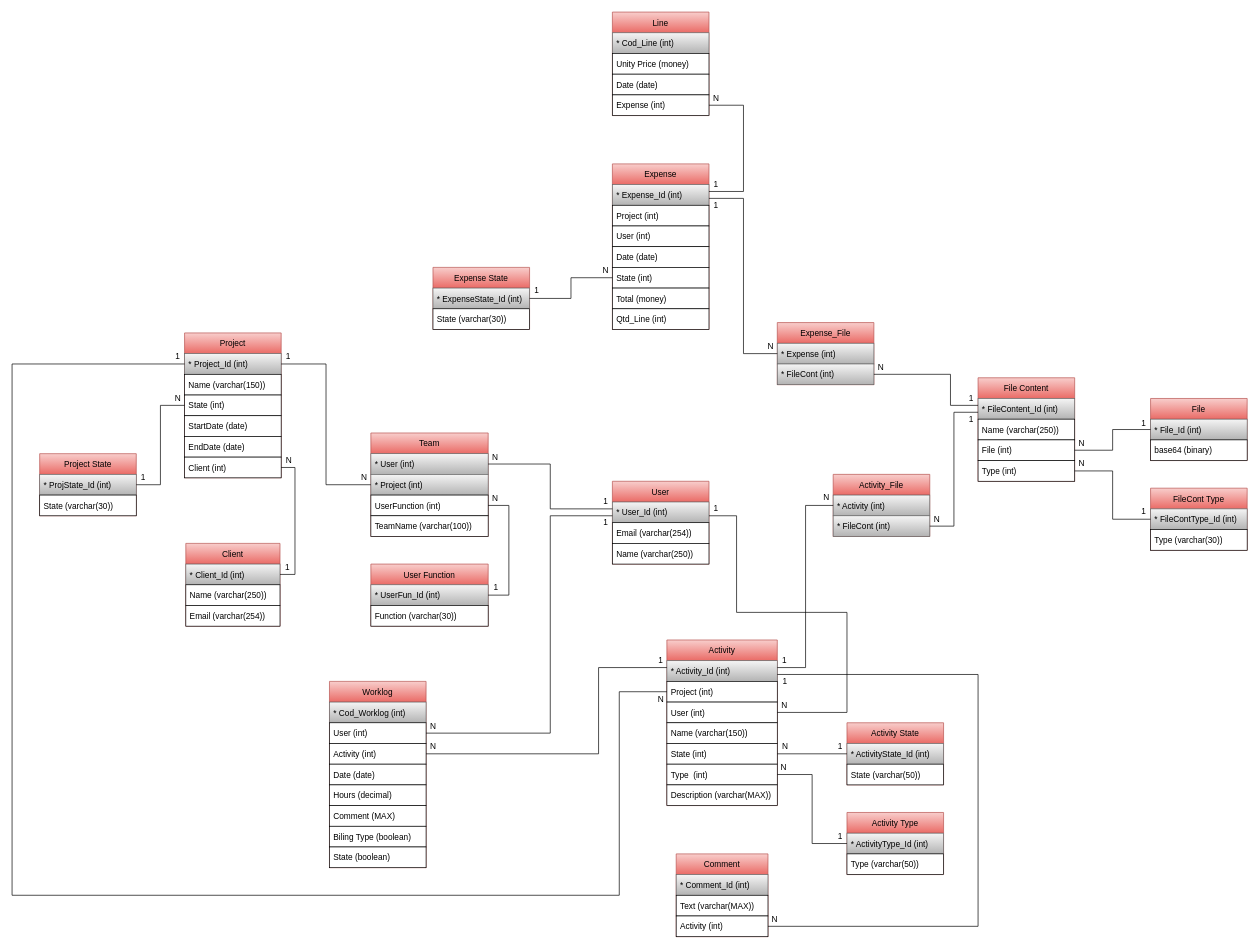
Earlier version of the draw.io diagram Relatório/Timesheet DB.drawio (rjcasaca/inete2022). Source tidied: cells renumbered, new cells numbered last; positions are measured from the earlier drawing's top-left corner, leaving out a move shared by most shapes. Both pictures are drawn from the tidied source at 69%, with x=0, y=0 at pixel (12, 12).
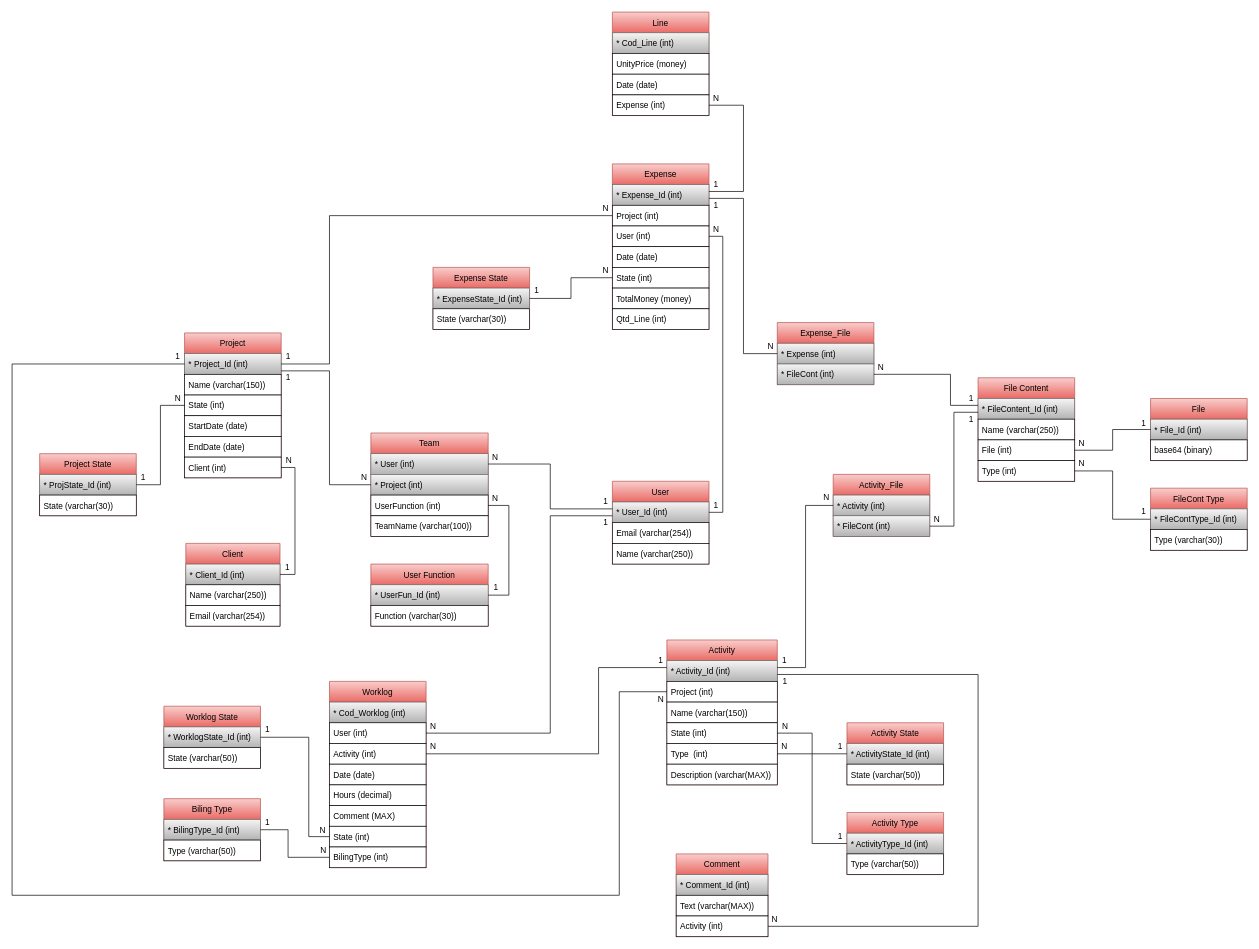
The same diagram, later.

Unchanged cells that the change refers to:
```xml
<mxCell id="3" value="* User_Id (int)" style="text;strokeColor=#666666;fillColor=#f5f5f5;align=left;verticalAlign=middle;spacingLeft=4;spacingRight=4;overflow=hidden;points=[[0,0.5],[1,0.5]];portConstraint=eastwest;gradientColor=#b3b3b3;" parent="2" vertex="1">
  <mxGeometry y="30" width="140" height="30" as="geometry" />
</mxCell>
<mxCell id="8" value="* Project (int)" style="text;strokeColor=#666666;fillColor=#f5f5f5;align=left;verticalAlign=middle;spacingLeft=4;spacingRight=4;overflow=hidden;points=[[0,0.5],[1,0.5]];portConstraint=eastwest;gradientColor=#b3b3b3;" parent="6" vertex="1">
  <mxGeometry y="60" width="170" height="30" as="geometry" />
</mxCell>
<mxCell id="12" value="* Project_Id (int)" style="text;strokeColor=#666666;fillColor=#f5f5f5;align=left;verticalAlign=middle;spacingLeft=4;spacingRight=4;overflow=hidden;points=[[0,0.5],[1,0.5]];portConstraint=eastwest;gradientColor=#b3b3b3;" parent="11" vertex="1">
  <mxGeometry y="30" width="140" height="30" as="geometry" />
</mxCell>
<mxCell id="39" value="Expense" style="swimlane;fontStyle=0;horizontal=1;startSize=30;strokeColor=#b85450;fillColor=#f8cecc;gradientColor=#ea6b66;" parent="1" vertex="1">
  <mxGeometry x="870" y="220" width="140" height="240" as="geometry" />
</mxCell>
<mxCell id="41" value="Project (int)" style="text;strokeColor=default;fillColor=default;align=left;verticalAlign=middle;spacingLeft=4;spacingRight=4;overflow=hidden;points=[[0,0.5],[1,0.5]];portConstraint=eastwest;" parent="39" vertex="1">
  <mxGeometry y="60" width="140" height="30" as="geometry" />
</mxCell>
<mxCell id="42" value="User (int)" style="text;strokeColor=default;fillColor=default;align=left;verticalAlign=middle;spacingLeft=4;spacingRight=4;overflow=hidden;points=[[0,0.5],[1,0.5]];portConstraint=eastwest;" parent="39" vertex="1">
  <mxGeometry y="90" width="140" height="30" as="geometry" />
</mxCell>
<mxCell id="56" value="Line" style="swimlane;fontStyle=0;horizontal=1;startSize=30;strokeColor=#b85450;fillColor=#f8cecc;gradientColor=#ea6b66;" parent="1" vertex="1">
  <mxGeometry x="870" width="140" height="150" as="geometry" />
</mxCell>
<mxCell id="69" value="Worklog" style="swimlane;fontStyle=0;horizontal=1;startSize=30;fillColor=#f8cecc;strokeColor=#b85450;gradientColor=#ea6b66;swimlaneFillColor=none;" parent="1" vertex="1">
  <mxGeometry x="460" y="970" width="140" height="270" as="geometry" />
</mxCell>
```

The edit, as a diff of the source:
```diff
@@
-    <mxCell id="45" value="Total (money)" style="text;strokeColor=default;fillColor=default;align=left;verticalAlign=middle;spacingLeft=4;spacingRight=4;overflow=hidden;" parent="39" vertex="1">
+    <mxCell id="45" value="TotalMoney (money)" style="text;strokeColor=default;fillColor=default;align=left;verticalAlign=middle;spacingLeft=4;spacingRight=4;overflow=hidden;" parent="39" vertex="1">
       <mxGeometry y="180" width="140" height="30" as="geometry" />
     </mxCell>
@@
-    <mxCell id="58" value="Unity Price (money)" style="text;align=left;verticalAlign=middle;spacingLeft=4;spacingRight=4;overflow=hidden;strokeColor=default;fillColor=default;" parent="56" vertex="1">
+    <mxCell id="58" value="UnityPrice (money)" style="text;align=left;verticalAlign=middle;spacingLeft=4;spacingRight=4;overflow=hidden;strokeColor=default;fillColor=default;" parent="56" vertex="1">
       <mxGeometry y="60" width="140" height="30" as="geometry" />
     </mxCell>
@@
     <mxCell id="61" value="Activity" style="swimlane;fontStyle=0;horizontal=1;startSize=30;fillColor=#f8cecc;strokeColor=#b85450;gradientColor=#ea6b66;" parent="1" vertex="1">
-      <mxGeometry x="949" y="910" width="160" height="240" as="geometry" />
+      <mxGeometry x="949" y="910" width="160" height="210" as="geometry" />
     </mxCell>
@@
-    <mxCell id="64" value="User (int)" style="text;strokeColor=default;fillColor=default;align=left;verticalAlign=middle;spacingLeft=4;spacingRight=4;overflow=hidden;points=[[0,0.5],[1,0.5]];portConstraint=eastwest;" parent="61" vertex="1">
-      <mxGeometry y="90" width="160" height="30" as="geometry" />
-    </mxCell>
     <mxCell id="65" value="Name (varchar(150))" style="text;align=left;verticalAlign=middle;spacingLeft=4;spacingRight=4;overflow=hidden;fillColor=default;strokeColor=default;" parent="61" vertex="1">
-      <mxGeometry y="120" width="160" height="30" as="geometry" />
+      <mxGeometry y="90" width="160" height="30" as="geometry" />
     </mxCell>
     <mxCell id="66" value="State (int)" style="text;strokeColor=default;fillColor=default;align=left;verticalAlign=middle;spacingLeft=4;spacingRight=4;overflow=hidden;points=[[0,0.5],[1,0.5]];portConstraint=eastwest;" parent="61" vertex="1">
-      <mxGeometry y="150" width="160" height="30" as="geometry" />
+      <mxGeometry y="120" width="160" height="30" as="geometry" />
     </mxCell>
     <mxCell id="67" value="Type  (int)" style="text;strokeColor=default;fillColor=default;align=left;verticalAlign=middle;spacingLeft=4;spacingRight=4;overflow=hidden;points=[[0,0.5],[1,0.5]];portConstraint=eastwest;" parent="61" vertex="1">
-      <mxGeometry y="180" width="160" height="30" as="geometry" />
+      <mxGeometry y="150" width="160" height="30" as="geometry" />
     </mxCell>
     <mxCell id="68" value="Description (varchar(MAX))" style="text;strokeColor=default;fillColor=default;align=left;verticalAlign=middle;spacingLeft=4;spacingRight=4;overflow=hidden;" parent="61" vertex="1">
-      <mxGeometry y="210" width="160" height="30" as="geometry" />
+      <mxGeometry y="180" width="160" height="30" as="geometry" />
     </mxCell>
@@
+    <mxCell id="77" value="State (int)" style="text;strokeColor=default;fillColor=default;align=left;verticalAlign=middle;spacingLeft=4;spacingRight=4;overflow=hidden;points=[[0,0.5],[1,0.5]];portConstraint=eastwest;" parent="69" vertex="1">
+      <mxGeometry y="210" width="140" height="30" as="geometry" />
+    </mxCell>
-    <mxCell id="76" value="Biling Type (boolean)" style="text;strokeColor=default;fillColor=default;align=left;verticalAlign=middle;spacingLeft=4;spacingRight=4;overflow=hidden;points=[[0,0.5],[1,0.5]];portConstraint=eastwest;" parent="69" vertex="1">
-      <mxGeometry y="210" width="140" height="30" as="geometry" />
+    <mxCell id="76" value="BilingType (int)" style="text;strokeColor=default;fillColor=default;align=left;verticalAlign=middle;spacingLeft=4;spacingRight=4;overflow=hidden;points=[[0,0.5],[1,0.5]];portConstraint=eastwest;" parent="69" vertex="1">
+      <mxGeometry y="240" width="140" height="30" as="geometry" />
     </mxCell>
-    <mxCell id="77" value="State (boolean)" style="text;strokeColor=default;fillColor=default;align=left;verticalAlign=middle;spacingLeft=4;spacingRight=4;overflow=hidden;points=[[0,0.5],[1,0.5]];portConstraint=eastwest;" parent="69" vertex="1">
-      <mxGeometry y="240" width="140" height="30" as="geometry" />
-    </mxCell>
@@
     <mxCell id="89" style="edgeStyle=orthogonalEdgeStyle;rounded=0;jettySize=auto;html=1;endArrow=none;endFill=0;" parent="1" edge="1" source="12" target="8">
-      <mxGeometry relative="1" as="geometry" />
+      <mxGeometry relative="1" as="geometry">
+        <Array as="points">
+          <mxPoint x="460" y="520" />
+          <mxPoint x="460" y="685" />
+        </Array>
+      </mxGeometry>
     </mxCell>
@@
-    <mxCell id="94" style="edgeStyle=orthogonalEdgeStyle;rounded=0;jettySize=auto;html=1;endArrow=none;endFill=0;entryX=1;entryY=0.5;entryDx=0;entryDy=0;" parent="1" edge="1" source="3" target="64">
-      <mxGeometry relative="1" as="geometry">
-        <Array as="points">
-          <mxPoint x="1050" y="730" />
-          <mxPoint x="1050" y="870" />
-          <mxPoint x="1210" y="870" />
-          <mxPoint x="1210" y="1015" />
-        </Array>
-      </mxGeometry>
-    </mxCell>
@@
     <mxCell id="114" value="1" style="text;html=1;align=center;verticalAlign=middle;strokeColor=none;fillColor=none;" parent="1" vertex="1">
-      <mxGeometry x="390" y="490" width="20" height="20" as="geometry" />
+      <mxGeometry x="390" y="520" width="20" height="20" as="geometry" />
     </mxCell>
@@
     <mxCell id="127" value="N" style="text;html=1;align=center;verticalAlign=middle;strokeColor=none;fillColor=none;" parent="1" vertex="1">
-      <mxGeometry x="1108" y="1085" width="20" height="20" as="geometry" />
+      <mxGeometry x="1109" y="1055" width="20" height="20" as="geometry" />
     </mxCell>
     <mxCell id="128" value="N" style="text;html=1;align=center;verticalAlign=middle;strokeColor=none;fillColor=none;" parent="1" vertex="1">
-      <mxGeometry x="1110" y="1055" width="20" height="20" as="geometry" />
+      <mxGeometry x="1110" y="1025" width="20" height="20" as="geometry" />
     </mxCell>
@@
-    <mxCell id="130" value="N" style="text;html=1;align=center;verticalAlign=middle;strokeColor=none;fillColor=none;" parent="1" vertex="1">
-      <mxGeometry x="1109" y="995" width="20" height="20" as="geometry" />
-    </mxCell>
-    <mxCell id="131" value="1" style="text;html=1;align=center;verticalAlign=middle;strokeColor=none;fillColor=none;" parent="1" vertex="1">
-      <mxGeometry x="1010" y="710" width="20" height="20" as="geometry" />
-    </mxCell>
@@
+    <mxCell id="148" value="Worklog State" style="swimlane;fontStyle=0;horizontal=1;startSize=30;fillColor=#f8cecc;gradientColor=#ea6b66;strokeColor=#b85450;" parent="1" vertex="1">
+      <mxGeometry x="220" y="1006" width="140" height="90" as="geometry" />
+    </mxCell>
+    <mxCell id="149" value="* WorklogState_Id (int)" style="text;strokeColor=#666666;fillColor=#f5f5f5;align=left;verticalAlign=middle;spacingLeft=4;spacingRight=4;overflow=hidden;points=[[0,0.5],[1,0.5]];portConstraint=eastwest;gradientColor=#b3b3b3;" parent="148" vertex="1">
+      <mxGeometry y="30" width="140" height="30" as="geometry" />
+    </mxCell>
+    <mxCell id="150" value="State (varchar(50))" style="text;strokeColor=default;fillColor=default;align=left;verticalAlign=middle;spacingLeft=4;spacingRight=4;overflow=hidden;" parent="148" vertex="1">
+      <mxGeometry y="60" width="140" height="30" as="geometry" />
+    </mxCell>
+    <mxCell id="151" value="Biling Type" style="swimlane;fontStyle=0;horizontal=1;startSize=30;fillColor=#f8cecc;gradientColor=#ea6b66;strokeColor=#b85450;" parent="1" vertex="1">
+      <mxGeometry x="220" y="1140" width="140" height="90" as="geometry" />
+    </mxCell>
+    <mxCell id="152" value="* BilingType_Id (int)" style="text;strokeColor=#666666;fillColor=#f5f5f5;align=left;verticalAlign=middle;spacingLeft=4;spacingRight=4;overflow=hidden;points=[[0,0.5],[1,0.5]];portConstraint=eastwest;gradientColor=#b3b3b3;" parent="151" vertex="1">
+      <mxGeometry y="30" width="140" height="30" as="geometry" />
+    </mxCell>
+    <mxCell id="153" value="Type (varchar(50))" style="text;strokeColor=default;fillColor=default;align=left;verticalAlign=middle;spacingLeft=4;spacingRight=4;overflow=hidden;" parent="151" vertex="1">
+      <mxGeometry y="60" width="140" height="30" as="geometry" />
+    </mxCell>
+    <mxCell id="154" value="1" style="text;html=1;align=center;verticalAlign=middle;strokeColor=none;fillColor=none;" parent="1" vertex="1">
+      <mxGeometry x="360" y="1030" width="20" height="20" as="geometry" />
+    </mxCell>
+    <mxCell id="155" value="N" style="text;html=1;align=center;verticalAlign=middle;strokeColor=none;fillColor=none;" parent="1" vertex="1">
+      <mxGeometry x="440" y="1176" width="20" height="20" as="geometry" />
+    </mxCell>
+    <mxCell id="156" value="1" style="text;html=1;align=center;verticalAlign=middle;strokeColor=none;fillColor=none;" parent="1" vertex="1">
+      <mxGeometry x="360" y="1165" width="20" height="20" as="geometry" />
+    </mxCell>
+    <mxCell id="157" value="N" style="text;html=1;align=center;verticalAlign=middle;strokeColor=none;fillColor=none;" parent="1" vertex="1">
+      <mxGeometry x="441" y="1205" width="20" height="20" as="geometry" />
+    </mxCell>
+    <mxCell id="158" style="edgeStyle=orthogonalEdgeStyle;rounded=0;jettySize=auto;html=1;endArrow=none;endFill=0;" parent="1" edge="1" source="152" target="76">
+      <mxGeometry relative="1" as="geometry">
+        <Array as="points">
+          <mxPoint x="400" y="1185" />
+          <mxPoint x="400" y="1225" />
+        </Array>
+      </mxGeometry>
+    </mxCell>
+    <mxCell id="159" style="edgeStyle=orthogonalEdgeStyle;rounded=0;jettySize=auto;html=1;endArrow=none;endFill=0;" parent="1" edge="1" source="149" target="77">
+      <mxGeometry relative="1" as="geometry">
+        <Array as="points">
+          <mxPoint x="430" y="1051" />
+          <mxPoint x="430" y="1195" />
+        </Array>
+      </mxGeometry>
+    </mxCell>
+    <mxCell id="160" style="edgeStyle=orthogonalEdgeStyle;rounded=0;jettySize=auto;html=1;endArrow=none;endFill=0;" parent="1" edge="1" source="3" target="42">
+      <mxGeometry relative="1" as="geometry">
+        <Array as="points">
+          <mxPoint x="1030" y="725" />
+          <mxPoint x="1030" y="325" />
+        </Array>
+      </mxGeometry>
+    </mxCell>
+    <mxCell id="161" style="edgeStyle=orthogonalEdgeStyle;rounded=0;jettySize=auto;html=1;endArrow=none;endFill=0;" parent="1" edge="1" source="12" target="41">
+      <mxGeometry relative="1" as="geometry">
+        <Array as="points">
+          <mxPoint x="460" y="510" />
+          <mxPoint x="460" y="295" />
+        </Array>
+      </mxGeometry>
+    </mxCell>
+    <mxCell id="162" value="1" style="text;html=1;align=center;verticalAlign=middle;strokeColor=none;fillColor=none;" parent="1" vertex="1">
+      <mxGeometry x="390" y="490" width="20" height="20" as="geometry" />
+    </mxCell>
+    <mxCell id="163" value="N" style="text;html=1;align=center;verticalAlign=middle;strokeColor=none;fillColor=none;" parent="1" vertex="1">
+      <mxGeometry x="850" y="275" width="20" height="20" as="geometry" />
+    </mxCell>
+    <mxCell id="164" value="N" style="text;html=1;align=center;verticalAlign=middle;strokeColor=none;fillColor=none;" parent="1" vertex="1">
+      <mxGeometry x="1010" y="305" width="20" height="20" as="geometry" />
+    </mxCell>
+    <mxCell id="165" value="1" style="text;html=1;align=center;verticalAlign=middle;strokeColor=none;fillColor=none;" parent="1" vertex="1">
+      <mxGeometry x="1010" y="705" width="20" height="20" as="geometry" />
+    </mxCell>
```
